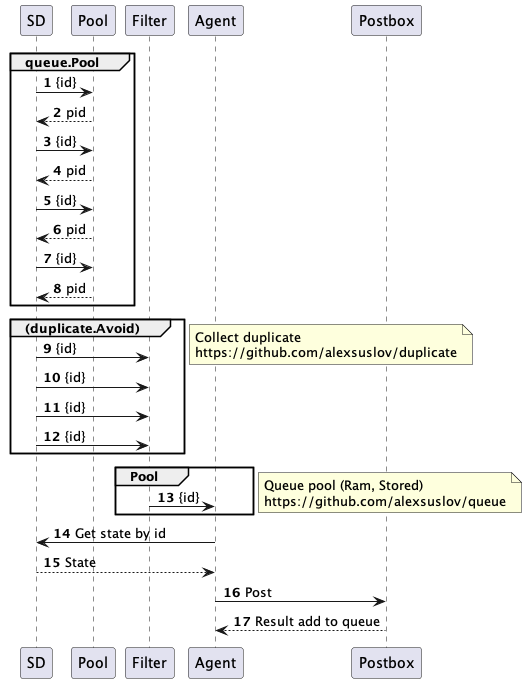
The PlantUML diagram sd2agent.png in alexsuslov/duplicate, before a commit.
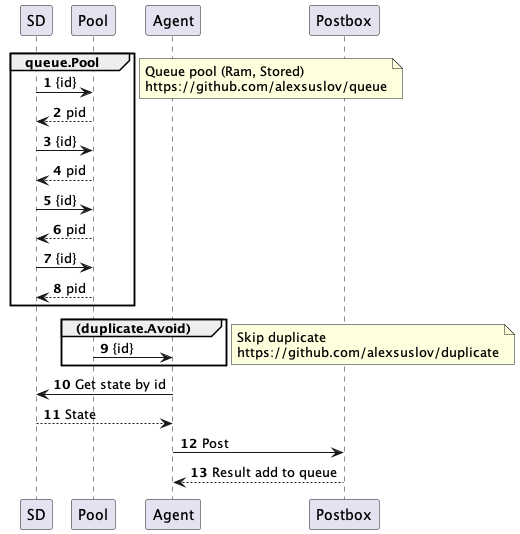
After the commit.

What changed in the source:
```diff
@@ -11,27 +11,18 @@
   SD -> Pool: {id}
   Pool --> SD : pid
 end
-
-
-group (duplicate.Avoid)
-  SD -> Filter: {id}
-  SD -> Filter: {id}
-  SD -> Filter: {id}
-  SD -> Filter: {id}
-end
-note right
-Collect duplicate
-https://github.com/alexsuslov/duplicate
-end note
-group Pool
-  Filter -> Agent: {id}
-end
-
 note right
 Queue pool (Ram, Stored)
 https://github.com/alexsuslov/queue
 end note
 
+group (duplicate.Avoid)
+  Pool -> Agent: {id}
+end
+note right
+Skip duplicate
+https://github.com/alexsuslov/duplicate
+end note
   Agent -> SD: Get state by id
   SD --> Agent: State
 Agent->Postbox : Post
```
